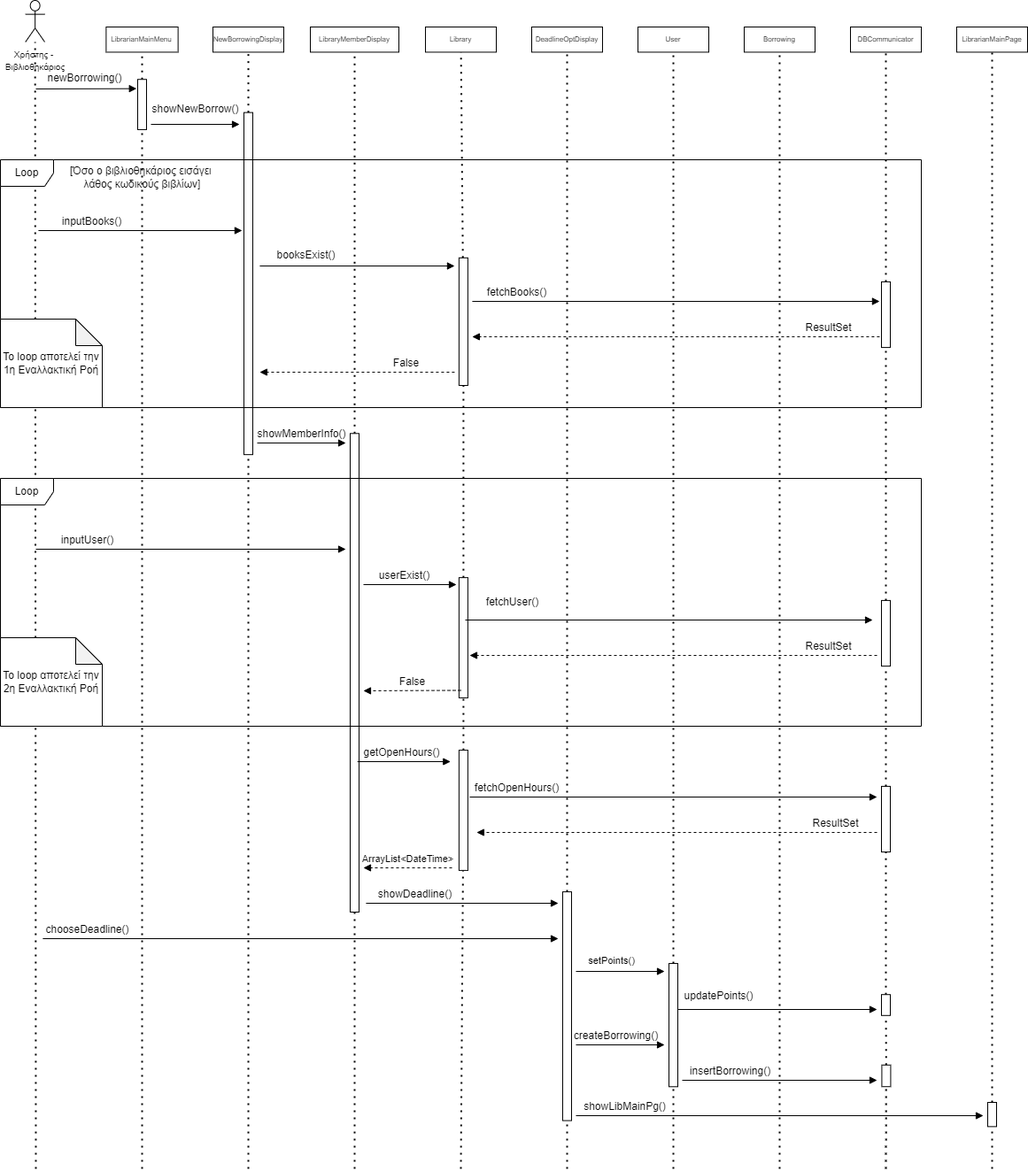
CallMeJasonYT/LibraVision keeps this draw.io diagram as 2nd Assignment/Sequence Diagrams-v.0.1/Sequence-Diagram-v0.1-Νέος Δανεισμός Βιβλίου Μέσω Βιβλιοθηκάριου.png. Above is the earlier version. Source tidied: cells renumbered, new cells last; positions are measured from the earlier drawing's top-left corner, leaving out a move shared by most shapes.
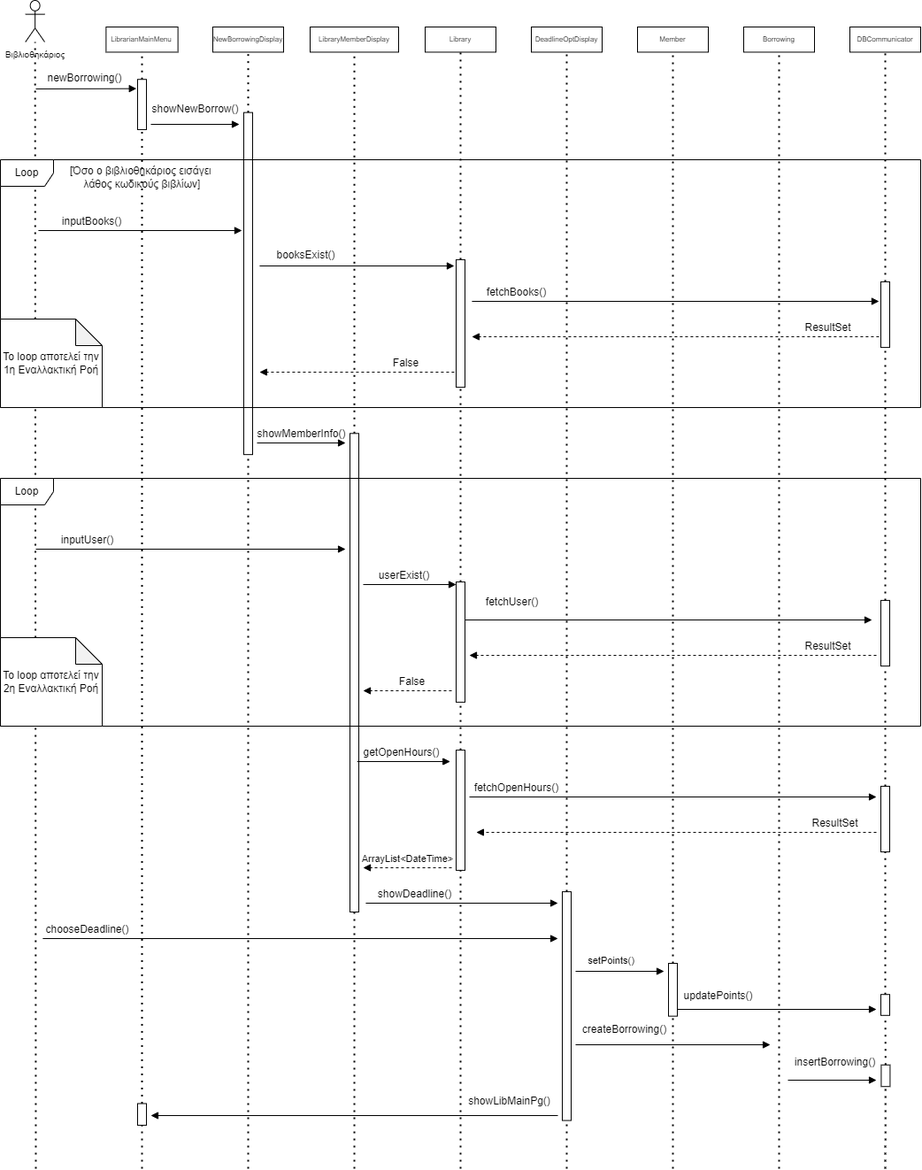
Later version of the same file.

Commit message:
Sequence-Diagram-v0.1-Νέος Δανεισμός Βιβλίου Μέσω Βιβλιοθηκάριου

What changed in the source:
```diff
@@ -41,9 +41,6 @@
     <mxCell id="11" value="showNewBorrow()" style="text;html=1;align=center;verticalAlign=middle;strokeColor=none;fillColor=none;spacing=0;fontSize=12;" parent="1" vertex="1">
       <mxGeometry x="160" y="112.6" width="120" height="20" as="geometry" />
     </mxCell>
-    <mxCell id="12" style="endArrow=none;dashed=1;html=1;dashPattern=1 3;strokeWidth=2;rounded=0;" parent="1" edge="1" source="96" target="19">
-      <mxGeometry relative="1" as="geometry" />
-    </mxCell>
     <mxCell id="13" style="rounded=0;whiteSpace=wrap;html=1;rotation=-90;" parent="1" vertex="1">
       <mxGeometry x="131.6" y="112.6" width="56.7" height="10" as="geometry" />
     </mxCell>
@@ -62,21 +59,16 @@
     <mxCell id="18" value="DeadlineOptDisplay" style="rounded=0;whiteSpace=wrap;html=1;spacing=0;fontSize=8;" parent="1" vertex="1">
       <mxGeometry x="600" y="30" width="80" height="28.4" as="geometry" />
     </mxCell>
-    <mxCell id="19" value="LibrarianMainPage" style="rounded=0;whiteSpace=wrap;html=1;spacing=0;fontSize=8;" parent="1" vertex="1">
-      <mxGeometry x="1080" y="30" width="80" height="28.4" as="geometry" />
-    </mxCell>
-    <mxCell id="20" value="&lt;font style=&quot;font-size: 10px;&quot;&gt;Χρήστης -&amp;nbsp;&lt;/font&gt;&lt;div&gt;&lt;font style=&quot;font-size: 10px;&quot;&gt;Βιβλιοθηκάριος&lt;/font&gt;&lt;/div&gt;" style="shape=umlActor;verticalLabelPosition=bottom;verticalAlign=top;html=1;outlineConnect=0;" parent="1" vertex="1">
+    <mxCell id="20" value="&lt;div&gt;&lt;font style=&quot;font-size: 10px;&quot;&gt;Βιβλιοθηκάριος&lt;/font&gt;&lt;/div&gt;" style="shape=umlActor;verticalLabelPosition=bottom;verticalAlign=top;html=1;outlineConnect=0;" parent="1" vertex="1">
       <mxGeometry x="28.3" width="21.7" height="46.9" as="geometry" />
     </mxCell>
-    <mxCell id="21" style="endArrow=none;dashed=1;html=1;dashPattern=1 3;strokeWidth=2;rounded=0;" parent="1" edge="1" target="13">
-      <mxGeometry relative="1" as="geometry">
-        <mxPoint x="160" y="1320" as="sourcePoint" />
-      </mxGeometry>
+    <mxCell id="21" style="endArrow=none;dashed=1;html=1;dashPattern=1 3;strokeWidth=2;rounded=0;" parent="1" edge="1" source="104" target="13">
+      <mxGeometry relative="1" as="geometry" />
     </mxCell>
     <mxCell id="22" value="Library" style="rounded=0;whiteSpace=wrap;html=1;spacing=0;fontSize=8;" parent="1" vertex="1">
       <mxGeometry x="480" y="30" width="80" height="28.4" as="geometry" />
     </mxCell>
-    <mxCell id="23" value="User" style="rounded=0;whiteSpace=wrap;html=1;spacing=0;fontSize=8;" parent="1" vertex="1">
+    <mxCell id="23" value="Member" style="rounded=0;whiteSpace=wrap;html=1;spacing=0;fontSize=8;" parent="1" vertex="1">
       <mxGeometry x="720" y="30" width="80" height="28.4" as="geometry" />
     </mxCell>
     <mxCell id="24" style="endArrow=none;dashed=1;html=1;dashPattern=1 3;strokeWidth=2;rounded=0;" parent="1" edge="1" source="89" target="23">
@@ -123,7 +115,7 @@
       </mxGeometry>
     </mxCell>
     <mxCell id="34" style="rounded=0;whiteSpace=wrap;html=1;rotation=-90;" parent="1" vertex="1">
-      <mxGeometry x="450.8" y="357.9" width="144.2" height="10" as="geometry" />
+      <mxGeometry x="447.9" y="360" width="144.2" height="10" as="geometry" />
     </mxCell>
     <mxCell id="35" style="html=1;verticalAlign=bottom;endArrow=block;curved=0;rounded=0;dashed=1;" parent="1" edge="1">
       <mxGeometry x="0.02" y="5" relative="1" as="geometry">
@@ -188,7 +180,7 @@
       </mxGeometry>
     </mxCell>
     <mxCell id="51" style="rounded=0;whiteSpace=wrap;html=1;rotation=-90;" parent="1" vertex="1">
-      <mxGeometry x="455" y="715" width="135.8" height="10" as="geometry" />
+      <mxGeometry x="452.1" y="720" width="135.8" height="10" as="geometry" />
     </mxCell>
     <mxCell id="52" value="inputUser()" style="text;html=1;align=center;verticalAlign=middle;strokeColor=none;fillColor=none;spacing=0;fontSize=12;" parent="1" vertex="1">
       <mxGeometry x="57.9" y="600" width="80" height="20" as="geometry" />
@@ -231,7 +223,7 @@
     </mxCell>
     <mxCell id="62" style="html=1;verticalAlign=bottom;endArrow=block;curved=0;rounded=0;dashed=1;" parent="1" edge="1">
       <mxGeometry x="0.02" y="5" relative="1" as="geometry">
-        <mxPoint x="520" y="779.5" as="sourcePoint" />
+        <mxPoint x="510" y="780" as="sourcePoint" />
         <mxPoint x="410" y="780" as="targetPoint" />
       </mxGeometry>
     </mxCell>
@@ -280,7 +272,7 @@
       </mxGeometry>
     </mxCell>
     <mxCell id="74" style="rounded=0;whiteSpace=wrap;html=1;rotation=-90;" parent="1" vertex="1">
-      <mxGeometry x="455" y="910" width="135.8" height="10" as="geometry" />
+      <mxGeometry x="452.1" y="910" width="135.8" height="10" as="geometry" />
     </mxCell>
     <mxCell id="75" style="html=1;verticalAlign=bottom;endArrow=block;curved=0;rounded=0;dashed=1;" parent="1" edge="1">
       <mxGeometry x="0.02" y="5" relative="1" as="geometry">
@@ -339,14 +331,14 @@
     <mxCell id="88" style="html=1;verticalAlign=bottom;endArrow=block;curved=0;rounded=0;" parent="1" edge="1">
       <mxGeometry x="0.02" y="5" relative="1" as="geometry">
         <mxPoint x="650" y="1180" as="sourcePoint" />
-        <mxPoint x="750" y="1180" as="targetPoint" />
+        <mxPoint x="870" y="1180" as="targetPoint" />
       </mxGeometry>
     </mxCell>
     <mxCell id="89" style="rounded=0;whiteSpace=wrap;html=1;rotation=-90;" parent="1" vertex="1">
-      <mxGeometry x="690.4" y="1152.7" width="139.2" height="10" as="geometry" />
+      <mxGeometry x="730.2" y="1112.8" width="59.6" height="10" as="geometry" />
     </mxCell>
     <mxCell id="90" value="createBorrowing()" style="text;html=1;align=center;verticalAlign=middle;strokeColor=none;fillColor=none;spacing=0;fontSize=12;" parent="1" vertex="1">
-      <mxGeometry x="640" y="1160" width="110" height="20" as="geometry" />
+      <mxGeometry x="650" y="1152.7" width="110" height="20" as="geometry" />
     </mxCell>
     <mxCell id="91" style="endArrow=none;dashed=1;html=1;dashPattern=1 3;strokeWidth=2;rounded=0;" parent="1" edge="1" source="98" target="92">
       <mxGeometry relative="1" as="geometry" />
@@ -356,21 +348,13 @@
     </mxCell>
     <mxCell id="93" style="html=1;verticalAlign=bottom;endArrow=block;curved=0;rounded=0;" parent="1" edge="1">
       <mxGeometry x="0.02" y="5" relative="1" as="geometry">
-        <mxPoint x="650" y="1260" as="sourcePoint" />
-        <mxPoint x="1110" y="1260" as="targetPoint" />
+        <mxPoint x="630" y="1260" as="sourcePoint" />
+        <mxPoint x="170" y="1260" as="targetPoint" />
       </mxGeometry>
     </mxCell>
     <mxCell id="94" value="showLibMainPg()" style="text;html=1;align=center;verticalAlign=middle;strokeColor=none;fillColor=none;spacing=0;fontSize=12;" parent="1" vertex="1">
-      <mxGeometry x="650" y="1240" width="110" height="20" as="geometry" />
+      <mxGeometry x="520" y="1233.7" width="110" height="20" as="geometry" />
     </mxCell>
-    <mxCell id="95" style="endArrow=none;dashed=1;html=1;dashPattern=1 3;strokeWidth=2;rounded=0;" parent="1" edge="1" target="96">
-      <mxGeometry relative="1" as="geometry">
-        <mxPoint x="1120" y="1320" as="sourcePoint" />
-      </mxGeometry>
-    </mxCell>
-    <mxCell id="96" style="rounded=0;whiteSpace=wrap;html=1;rotation=-90;" parent="1" vertex="1">
-      <mxGeometry x="1106.3" y="1253.7" width="27.4" height="10" as="geometry" />
-    </mxCell>
     <mxCell id="97" style="endArrow=none;dashed=1;html=1;dashPattern=1 3;strokeWidth=2;rounded=0;" parent="1" edge="1" target="98">
       <mxGeometry relative="1" as="geometry">
         <mxPoint x="1000" y="1320" as="sourcePoint" />
@@ -391,12 +375,20 @@
     </mxCell>
     <mxCell id="101" style="html=1;verticalAlign=bottom;endArrow=block;curved=0;rounded=0;" parent="1" edge="1">
       <mxGeometry x="0.02" y="5" relative="1" as="geometry">
-        <mxPoint x="770" y="1220" as="sourcePoint" />
+        <mxPoint x="890" y="1220" as="sourcePoint" />
         <mxPoint x="990" y="1220" as="targetPoint" />
       </mxGeometry>
     </mxCell>
     <mxCell id="102" value="insertBorrowing()" style="text;html=1;align=center;verticalAlign=middle;strokeColor=none;fillColor=none;spacing=0;fontSize=12;" parent="1" vertex="1">
-      <mxGeometry x="769.2" y="1200" width="110" height="20" as="geometry" />
+      <mxGeometry x="887.9" y="1190" width="110" height="20" as="geometry" />
     </mxCell>
+    <mxCell id="103" style="endArrow=none;dashed=1;html=1;dashPattern=1 3;strokeWidth=2;rounded=0;" parent="1" edge="1" target="104">
+      <mxGeometry relative="1" as="geometry">
+        <mxPoint x="160" y="1320" as="sourcePoint" />
+      </mxGeometry>
+    </mxCell>
+    <mxCell id="104" style="rounded=0;whiteSpace=wrap;html=1;rotation=-90;" parent="1" vertex="1">
+      <mxGeometry x="147.8" y="1253.7" width="24.4" height="10" as="geometry" />
+    </mxCell>
   </root>
 </mxGraphModel>
```
